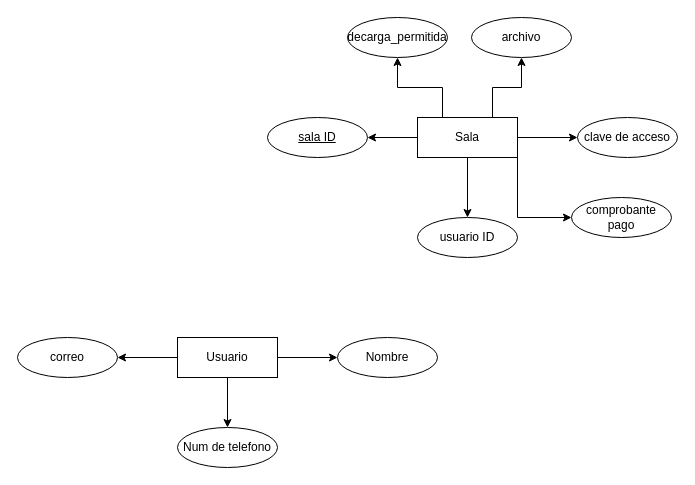
This is secret_box_DB_schema.drawio from DrDaxter/diagrams, a draw.io file, before an edit. Source tidied: cells renumbered, new cells numbered last; positions are measured from the earlier drawing's top-left corner, leaving out a move shared by most shapes. Both pictures are drawn from the tidied source at 100%, with x=0, y=0 at pixel (17, 17).
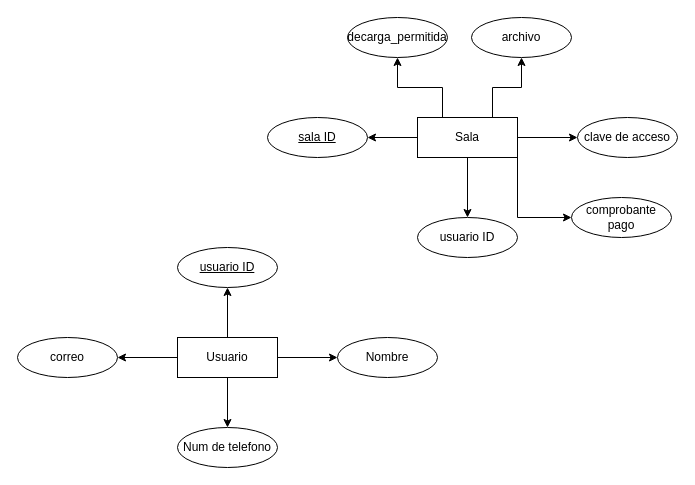
After the change.

The change refers to these unchanged cells:
```xml
<mxCell id="16" value="Usuario" style="whiteSpace=wrap;html=1;align=center;" parent="1" vertex="1">
  <mxGeometry x="160" y="320" width="100" height="40" as="geometry" />
</mxCell>
```

Diff of the diagram source:
```diff
@@
+    <mxCell id="22" style="edgeStyle=orthogonalEdgeStyle;rounded=0;jettySize=auto;html=1;" parent="1" edge="1" source="16" target="23">
+      <mxGeometry relative="1" as="geometry" />
+    </mxCell>
@@
+    <mxCell id="23" value="usuario ID" style="ellipse;whiteSpace=wrap;html=1;align=center;fontStyle=4;" parent="1" vertex="1">
+      <mxGeometry x="160" y="230" width="100" height="40" as="geometry" />
+    </mxCell>
```
